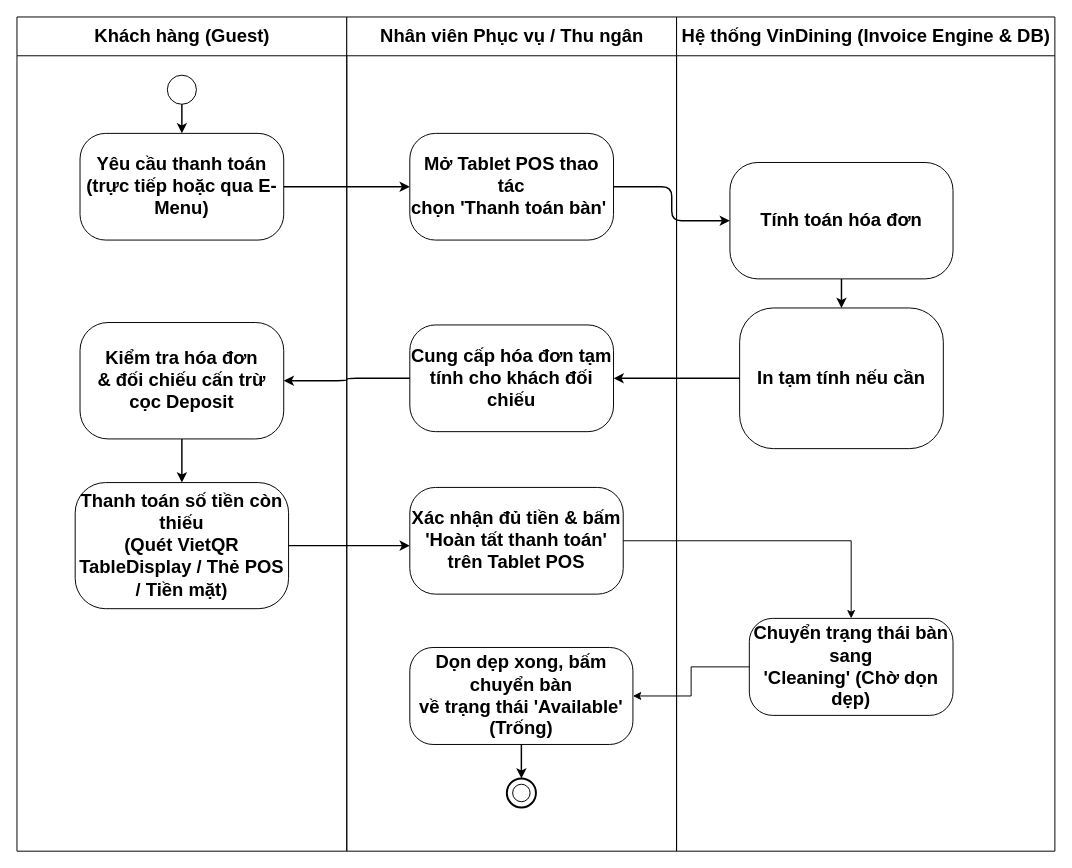
Earlier version of the draw.io diagram docs/phase1/drawio/ad04_invoice_settlement.drawio (AndrewQng/VinDining). Source tidied: cells renumbered, new cells numbered last; positions are measured from the earlier drawing's top-left corner, leaving out a move shared by most shapes. Both pictures are drawn from the tidied source at 97%, with x=0, y=0 at pixel (16, 16).
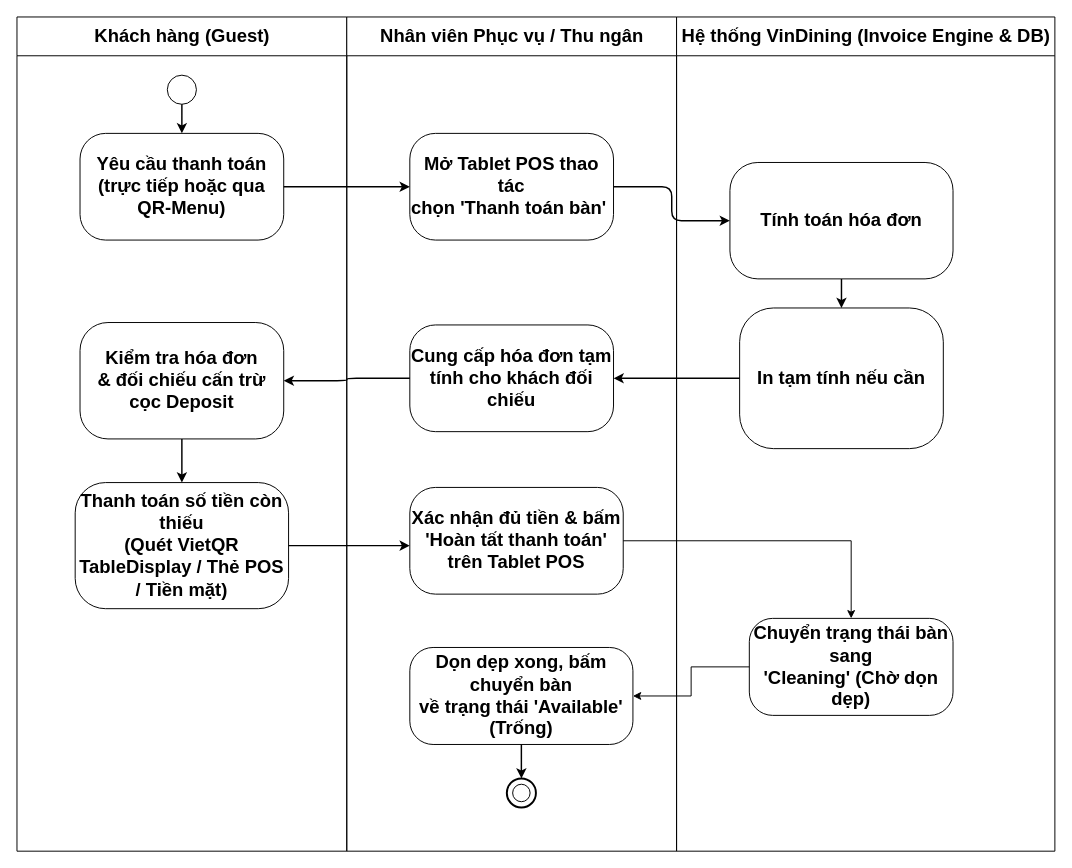
Above is the later version.

The change refers to these unchanged cells:
```xml
<mxCell id="2" value="Khách hàng (Guest)" style="swimlane;html=1;startSize=40;horizontal=1;fontStyle=1;fontSize=19;align=center;verticalAlign=middle;swimlaneLine=1;" parent="1" vertex="1">
  <mxGeometry width="340" height="860" as="geometry" />
</mxCell>
```

What changed in the source:
```diff
@@
-    <mxCell id="4" value="Yêu cầu thanh toán (trực tiếp hoặc qua E-Menu)" style="rounded=1;arcSize=24;whiteSpace=wrap;html=1;fontStyle=1;fontSize=19;align=center;verticalAlign=middle;" parent="2" vertex="1">
+    <mxCell id="4" value="Yêu cầu thanh toán (trực tiếp hoặc qua QR-Menu)" style="rounded=1;arcSize=24;whiteSpace=wrap;html=1;fontStyle=1;fontSize=19;align=center;verticalAlign=middle;" parent="2" vertex="1">
       <mxGeometry x="65" y="120" width="210" height="110" as="geometry" />
     </mxCell>
```
